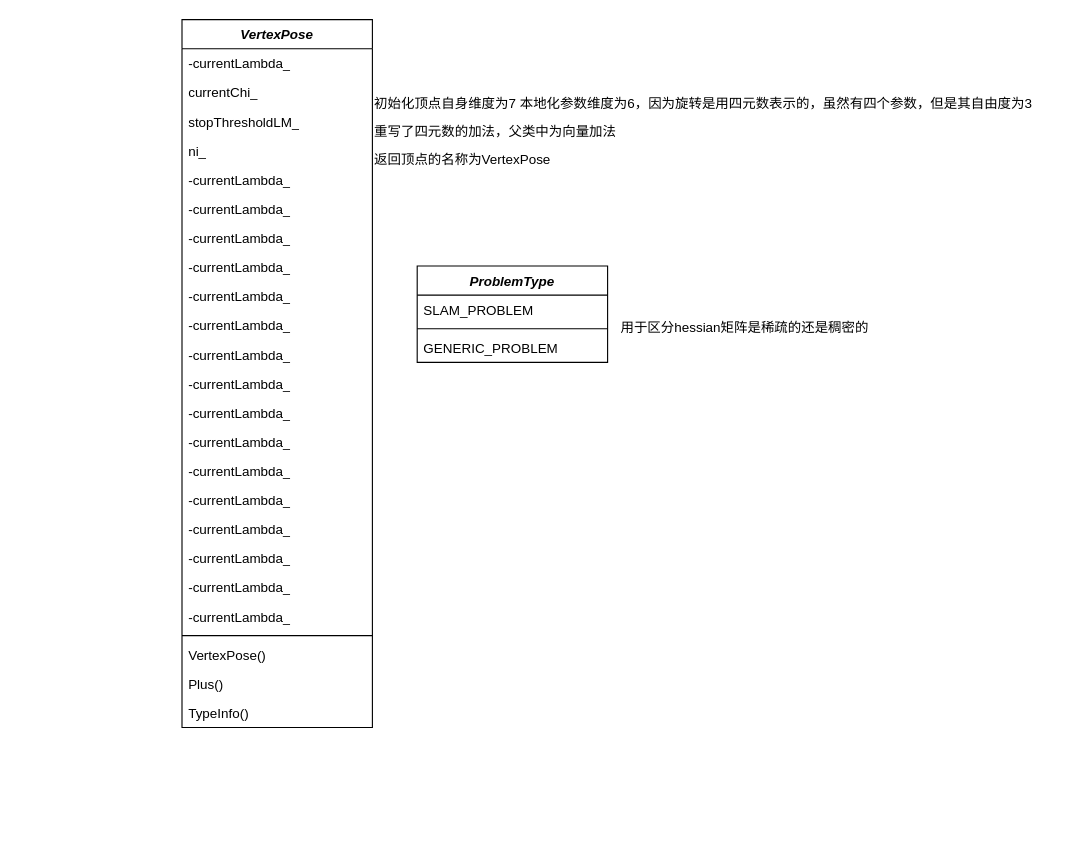
This is Problem.drawio from liu-moon/img, a draw.io file, before an edit. Source tidied: cells renumbered, new cells numbered last; positions are measured from the earlier drawing's top-left corner, leaving out a move shared by most shapes. Both pictures are drawn from the tidied source at 112%, with x=0, y=0 at pixel (181, 19).
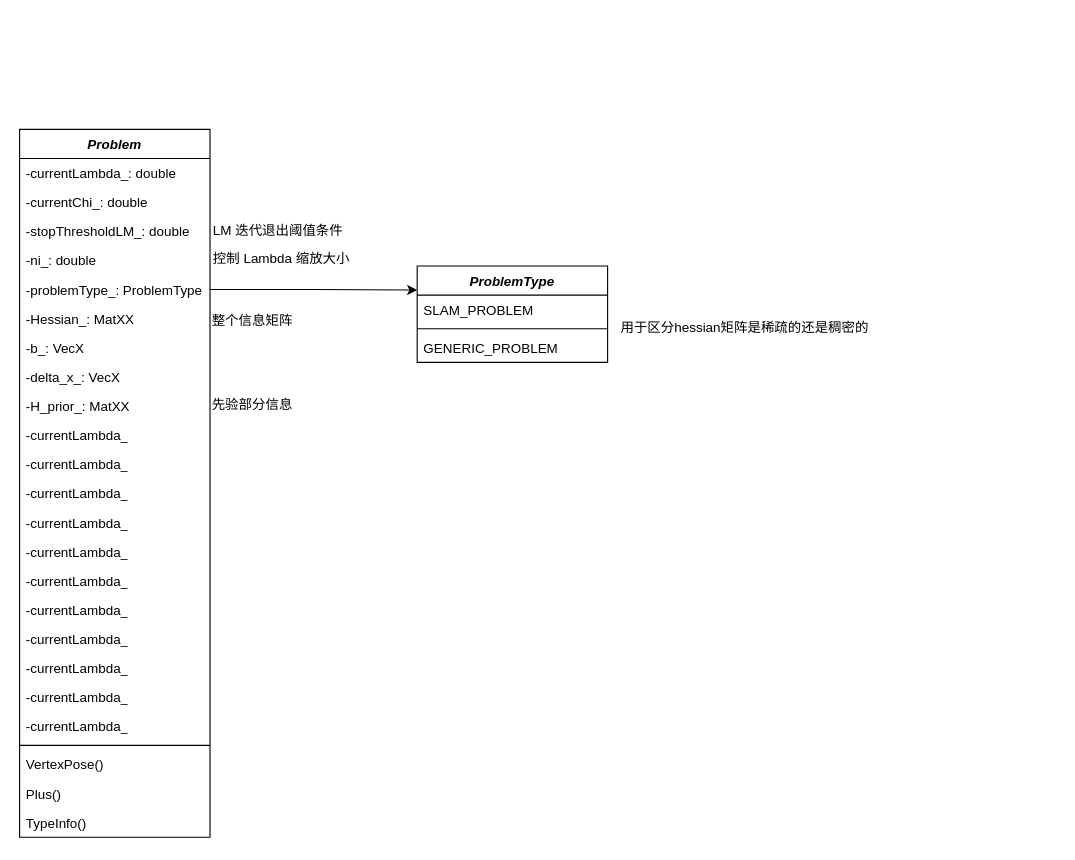
The same diagram, later.

Unchanged cells that the change refers to:
```xml
<mxCell id="30" value="&lt;i&gt;ProblemType&lt;/i&gt;" style="swimlane;fontStyle=1;align=center;verticalAlign=top;horizontal=1;startSize=26;whiteSpace=wrap;html=1;" parent="1" vertex="1">
  <mxGeometry x="210" y="220" width="170" height="86" as="geometry" />
</mxCell>
```

What changed in the source:
```diff
@@
-    <mxCell id="2" value="&lt;i&gt;VertexPose&lt;/i&gt;" style="swimlane;fontStyle=1;align=center;verticalAlign=top;horizontal=1;startSize=26;whiteSpace=wrap;html=1;" parent="1" vertex="1">
-      <mxGeometry width="170" height="632" as="geometry" />
+    <mxCell id="2" value="&lt;i&gt;Problem&lt;/i&gt;" style="swimlane;fontStyle=1;align=center;verticalAlign=top;horizontal=1;startSize=26;whiteSpace=wrap;html=1;" parent="1" vertex="1">
+      <mxGeometry x="-145" y="98" width="170" height="632" as="geometry" />
     </mxCell>
-    <mxCell id="3" value="-currentLambda_" style="text;strokeColor=none;fillColor=none;align=left;verticalAlign=top;spacingLeft=4;spacingRight=4;overflow=hidden;whiteSpace=wrap;html=1;" parent="2" vertex="1">
+    <mxCell id="3" value="-currentLambda_:&amp;nbsp;double" style="text;strokeColor=none;fillColor=none;align=left;verticalAlign=top;spacingLeft=4;spacingRight=4;overflow=hidden;whiteSpace=wrap;html=1;" parent="2" vertex="1">
       <mxGeometry y="26" width="170" height="26" as="geometry" />
     </mxCell>
-    <mxCell id="4" value="currentChi_" style="text;strokeColor=none;fillColor=none;align=left;verticalAlign=top;spacingLeft=4;spacingRight=4;overflow=hidden;whiteSpace=wrap;html=1;" parent="2" vertex="1">
+    <mxCell id="4" value="-currentChi_:&amp;nbsp;double" style="text;strokeColor=none;fillColor=none;align=left;verticalAlign=top;spacingLeft=4;spacingRight=4;overflow=hidden;whiteSpace=wrap;html=1;" parent="2" vertex="1">
       <mxGeometry y="52" width="170" height="26" as="geometry" />
     </mxCell>
-    <mxCell id="5" value="stopThresholdLM_" style="text;strokeColor=none;fillColor=none;align=left;verticalAlign=top;spacingLeft=4;spacingRight=4;overflow=hidden;whiteSpace=wrap;html=1;" parent="2" vertex="1">
+    <mxCell id="5" value="-stopThresholdLM_:&amp;nbsp;double" style="text;strokeColor=none;fillColor=none;align=left;verticalAlign=top;spacingLeft=4;spacingRight=4;overflow=hidden;whiteSpace=wrap;html=1;" parent="2" vertex="1">
       <mxGeometry y="78" width="170" height="26" as="geometry" />
     </mxCell>
-    <mxCell id="6" value="ni_" style="text;strokeColor=none;fillColor=none;align=left;verticalAlign=top;spacingLeft=4;spacingRight=4;overflow=hidden;whiteSpace=wrap;html=1;" parent="2" vertex="1">
+    <mxCell id="6" value="-ni_:&amp;nbsp;double" style="text;strokeColor=none;fillColor=none;align=left;verticalAlign=top;spacingLeft=4;spacingRight=4;overflow=hidden;whiteSpace=wrap;html=1;" parent="2" vertex="1">
       <mxGeometry y="104" width="170" height="26" as="geometry" />
     </mxCell>
-    <mxCell id="7" value="-currentLambda_" style="text;strokeColor=none;fillColor=none;align=left;verticalAlign=top;spacingLeft=4;spacingRight=4;overflow=hidden;points=[[0,0.5],[1,0.5]];portConstraint=eastwest;whiteSpace=wrap;html=1;" parent="2" vertex="1">
+    <mxCell id="7" value="-problemType_:&amp;nbsp;ProblemType" style="text;strokeColor=none;fillColor=none;align=left;verticalAlign=top;spacingLeft=4;spacingRight=4;overflow=hidden;points=[[0,0.5],[1,0.5]];portConstraint=eastwest;whiteSpace=wrap;html=1;" parent="2" vertex="1">
       <mxGeometry y="130" width="170" height="26" as="geometry" />
     </mxCell>
-    <mxCell id="8" value="-currentLambda_" style="text;strokeColor=none;fillColor=none;align=left;verticalAlign=top;spacingLeft=4;spacingRight=4;overflow=hidden;whiteSpace=wrap;html=1;" parent="2" vertex="1">
+    <mxCell id="8" value="-Hessian_: MatXX" style="text;strokeColor=none;fillColor=none;align=left;verticalAlign=top;spacingLeft=4;spacingRight=4;overflow=hidden;whiteSpace=wrap;html=1;" parent="2" vertex="1">
       <mxGeometry y="156" width="170" height="26" as="geometry" />
     </mxCell>
-    <mxCell id="9" value="-currentLambda_" style="text;strokeColor=none;fillColor=none;align=left;verticalAlign=top;spacingLeft=4;spacingRight=4;overflow=hidden;whiteSpace=wrap;html=1;" parent="2" vertex="1">
+    <mxCell id="9" value="-b_:&amp;nbsp;VecX" style="text;strokeColor=none;fillColor=none;align=left;verticalAlign=top;spacingLeft=4;spacingRight=4;overflow=hidden;whiteSpace=wrap;html=1;" parent="2" vertex="1">
       <mxGeometry y="182" width="170" height="26" as="geometry" />
     </mxCell>
-    <mxCell id="10" value="-currentLambda_" style="text;strokeColor=none;fillColor=none;align=left;verticalAlign=top;spacingLeft=4;spacingRight=4;overflow=hidden;whiteSpace=wrap;html=1;" parent="2" vertex="1">
+    <mxCell id="10" value="-delta_x_:&amp;nbsp;VecX" style="text;strokeColor=none;fillColor=none;align=left;verticalAlign=top;spacingLeft=4;spacingRight=4;overflow=hidden;whiteSpace=wrap;html=1;" parent="2" vertex="1">
       <mxGeometry y="208" width="170" height="26" as="geometry" />
     </mxCell>
-    <mxCell id="11" value="-currentLambda_" style="text;strokeColor=none;fillColor=none;align=left;verticalAlign=top;spacingLeft=4;spacingRight=4;overflow=hidden;whiteSpace=wrap;html=1;" parent="2" vertex="1">
+    <mxCell id="11" value="-H_prior_:&amp;nbsp;MatXX" style="text;strokeColor=none;fillColor=none;align=left;verticalAlign=top;spacingLeft=4;spacingRight=4;overflow=hidden;whiteSpace=wrap;html=1;" parent="2" vertex="1">
       <mxGeometry y="234" width="170" height="26" as="geometry" />
     </mxCell>
@@
-    <mxCell id="27" value="初始化顶点自身维度为7 本地化参数维度为6，因为旋转是用四元数表示的，虽然有四个参数，但是其自由度为3" style="text;html=1;align=left;verticalAlign=middle;strokeColor=none;fillColor=none;" parent="1" vertex="1">
-      <mxGeometry x="170" y="60" width="610" height="30" as="geometry" />
-    </mxCell>
-    <mxCell id="28" value="重写了四元数的加法，父类中为向量加法" style="text;html=1;align=left;verticalAlign=middle;strokeColor=none;fillColor=none;" parent="1" vertex="1">
-      <mxGeometry x="170" y="85" width="235" height="30" as="geometry" />
-    </mxCell>
-    <mxCell id="29" value="返回顶点的名称为VertexPose" style="text;html=1;align=left;verticalAlign=middle;strokeColor=none;fillColor=none;" parent="1" vertex="1">
-      <mxGeometry x="170" y="110" width="180" height="30" as="geometry" />
-    </mxCell>
@@
+    <mxCell id="35" value="LM 迭代退出阈值条件" style="text;html=1;align=left;verticalAlign=middle;strokeColor=none;fillColor=none;" parent="1" vertex="1">
+      <mxGeometry x="26" y="174" width="140" height="30" as="geometry" />
+    </mxCell>
+    <mxCell id="36" value="控制 Lambda 缩放大小" style="text;html=1;align=left;verticalAlign=middle;strokeColor=none;fillColor=none;" parent="1" vertex="1">
+      <mxGeometry x="26" y="199" width="150" height="30" as="geometry" />
+    </mxCell>
+    <mxCell id="37" value="整个信息矩阵" style="text;html=1;align=left;verticalAlign=middle;strokeColor=none;fillColor=none;" parent="1" vertex="1">
+      <mxGeometry x="25" y="255" width="91" height="27" as="geometry" />
+    </mxCell>
+    <mxCell id="38" style="edgeStyle=orthogonalEdgeStyle;rounded=0;jettySize=auto;html=1;entryX=0;entryY=0.25;entryDx=0;entryDy=0;" parent="1" edge="1" source="7" target="30">
+      <mxGeometry relative="1" as="geometry" />
+    </mxCell>
+    <mxCell id="39" value="先验部分信息" style="text;html=1;align=left;verticalAlign=middle;strokeColor=none;fillColor=none;" parent="1" vertex="1">
+      <mxGeometry x="25" y="330" width="91" height="27" as="geometry" />
+    </mxCell>
```
